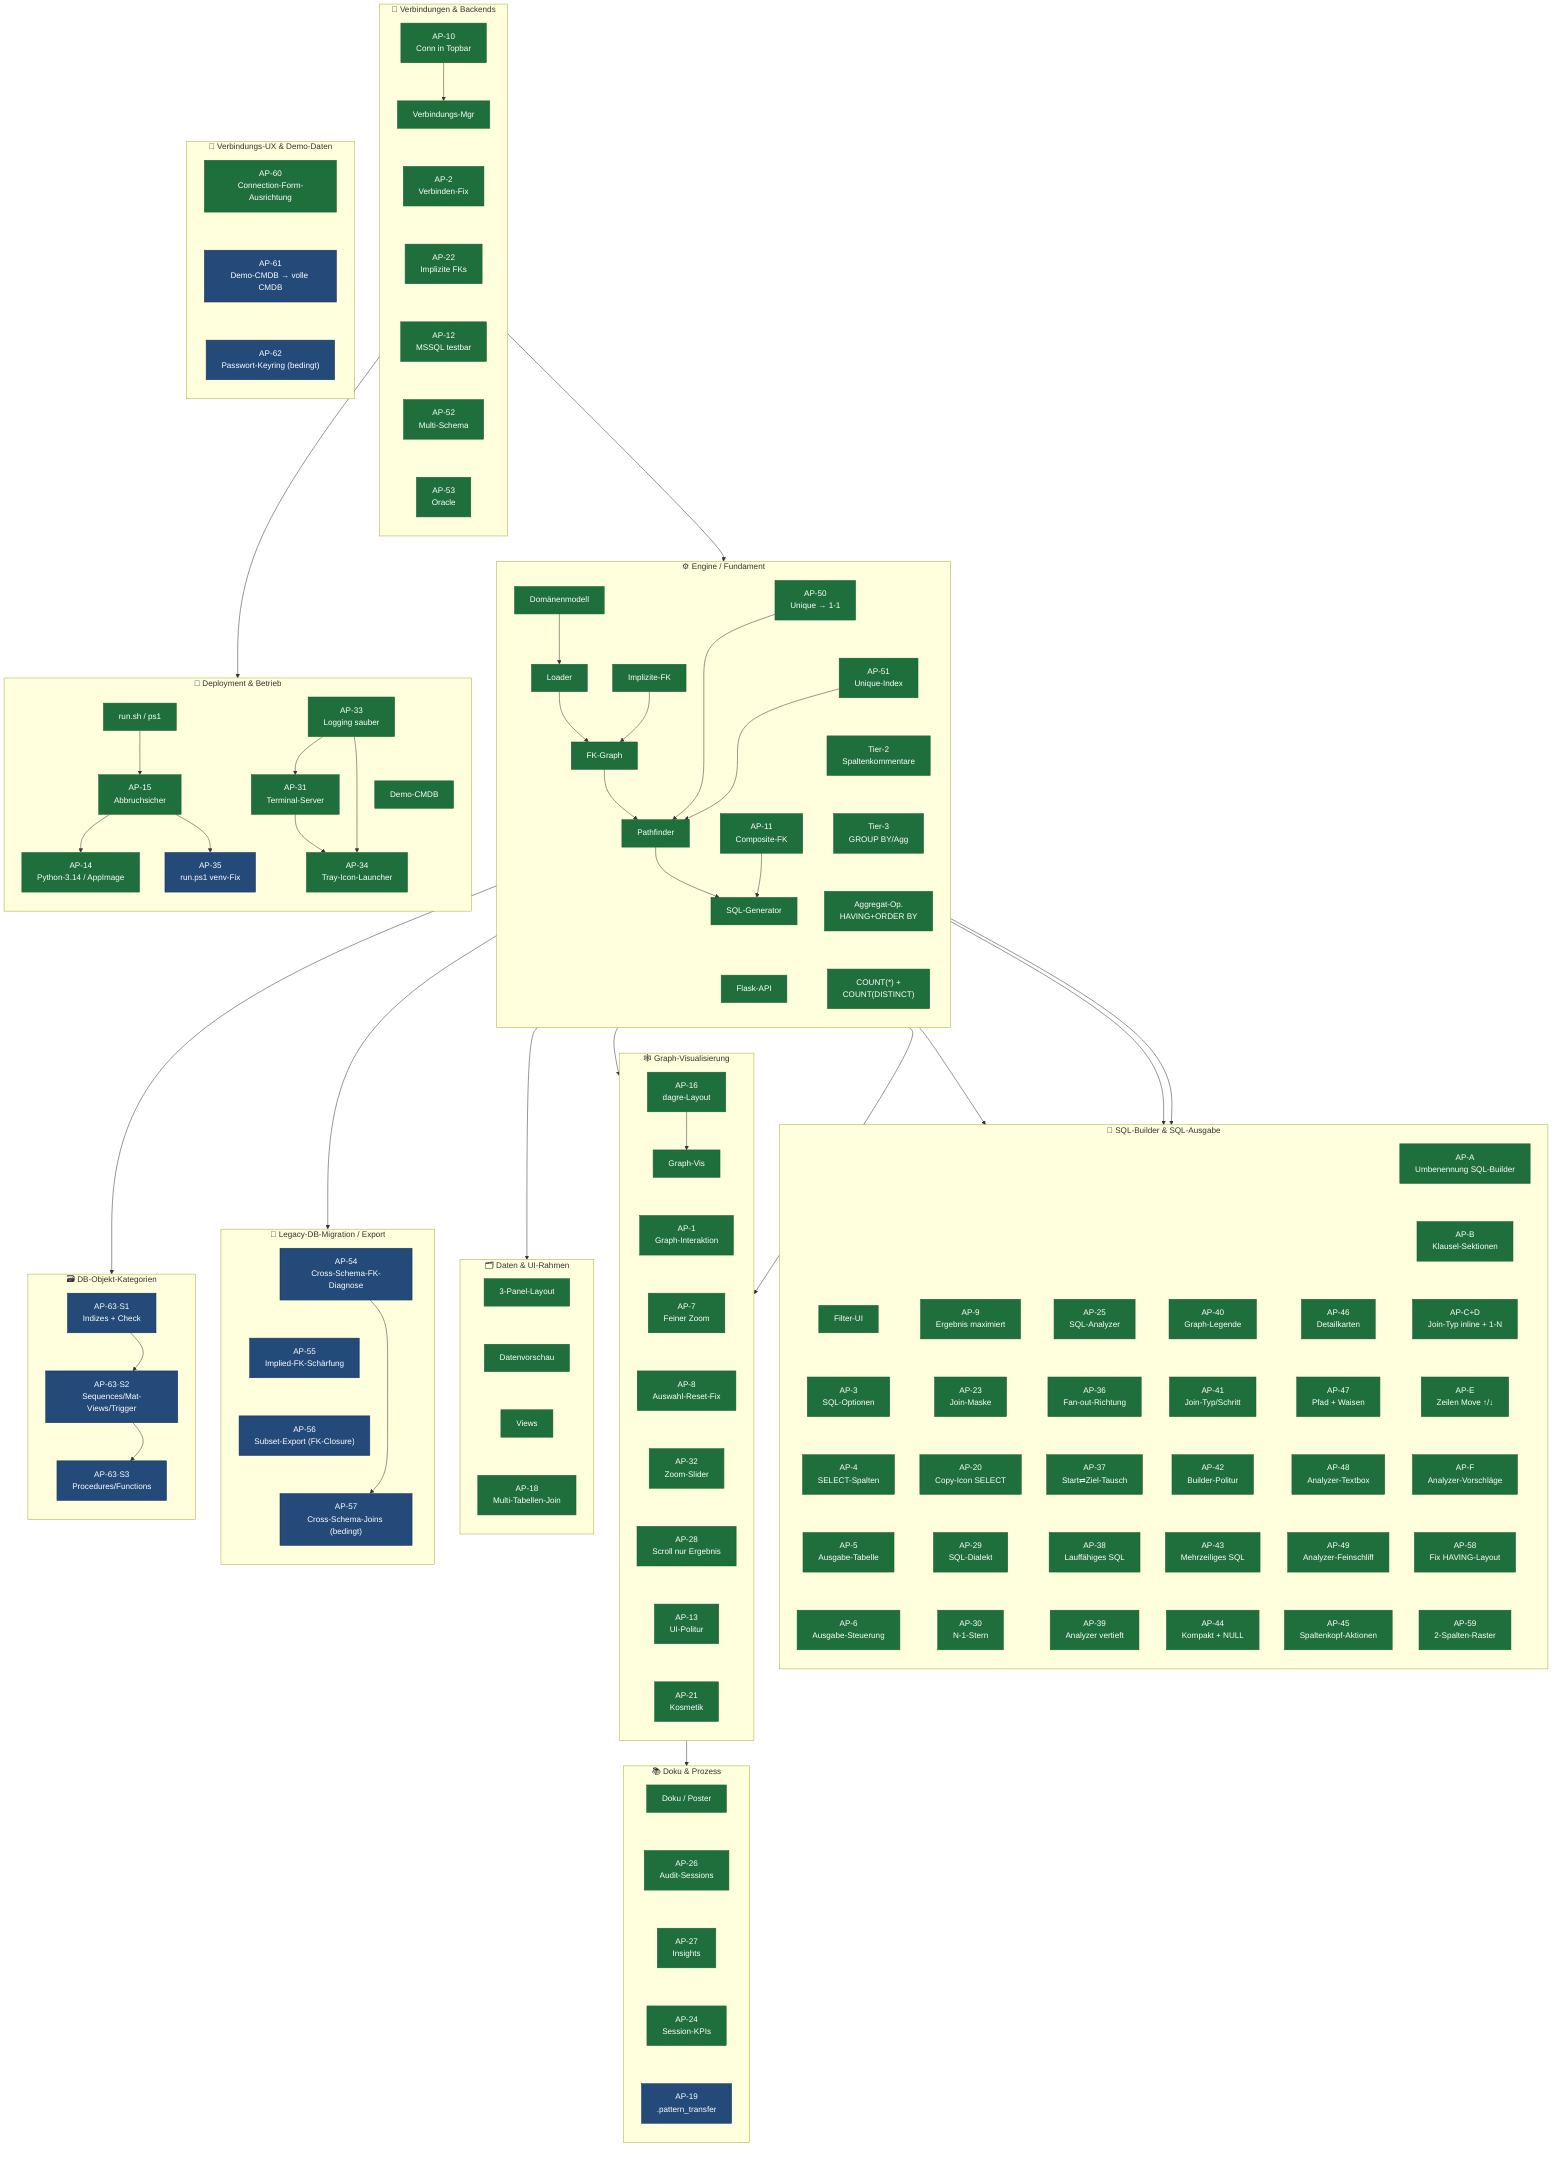
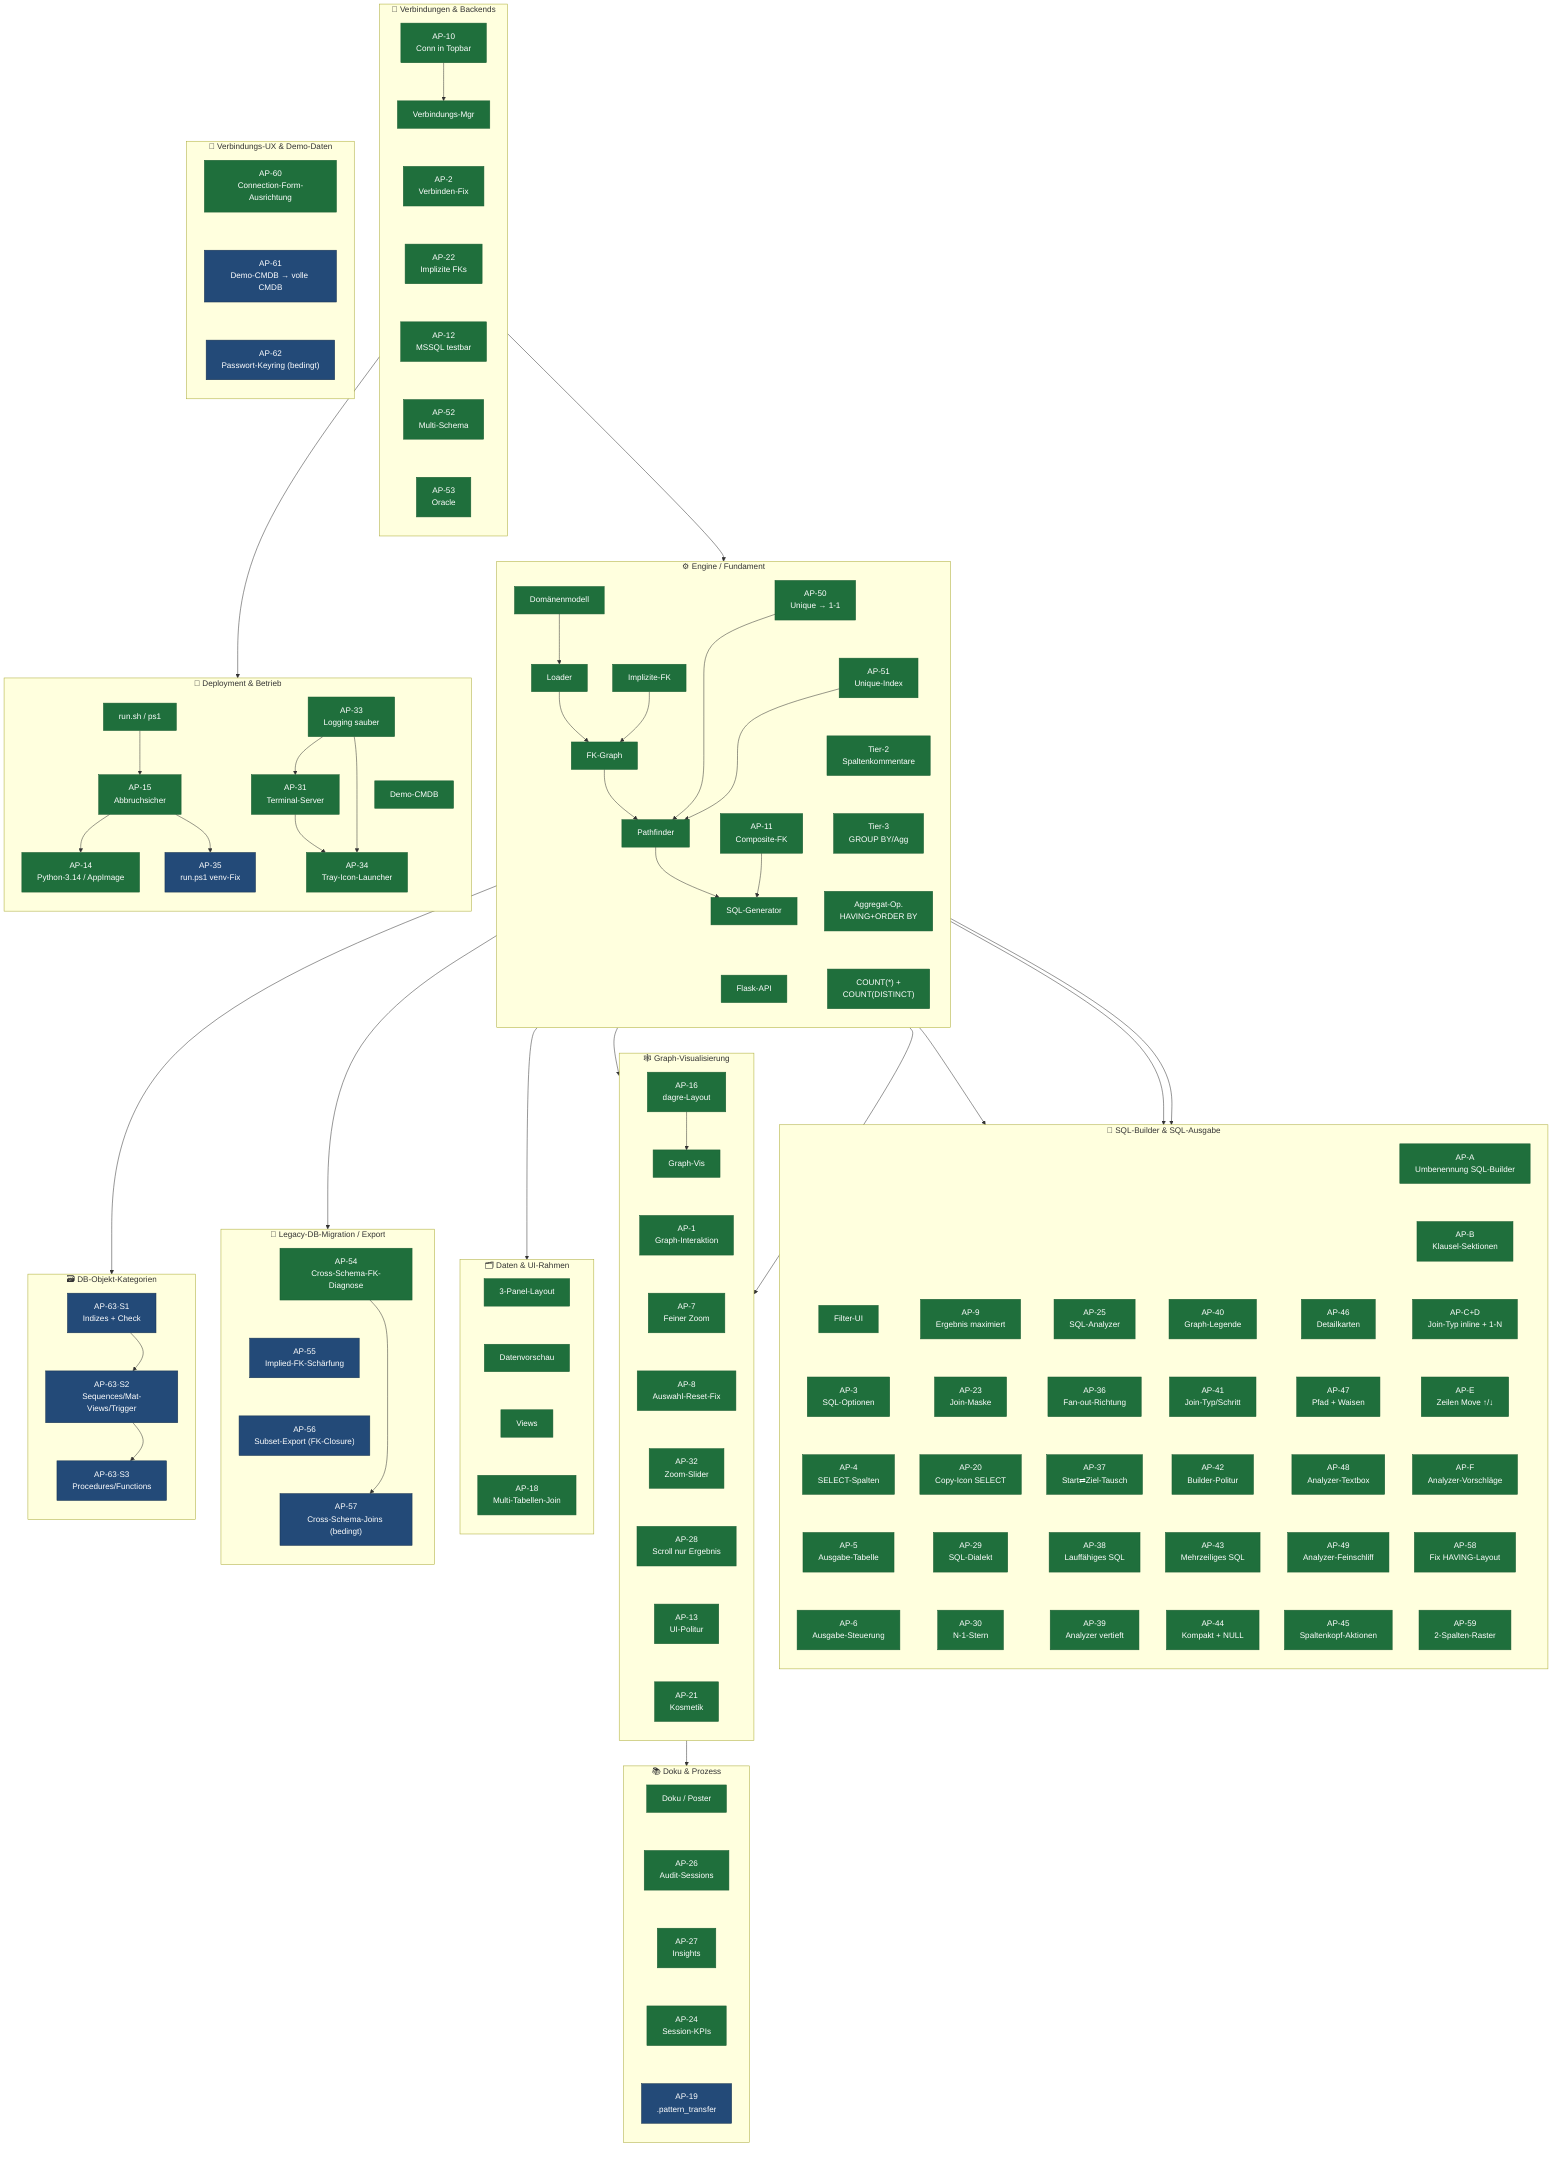
flowchart TB
    classDef done fill:#1f6f3c,color:#fff,stroke:#1a5c32,stroke-width:1px
    classDef plan fill:#234a78,color:#fff,stroke:#16314f,stroke-width:1px

    %% ── C1 · Engine / Fundament ──────────────────────────────────────────
    subgraph C1["⚙️  Engine / Fundament"]
        direction TB
        E1["Domänenmodell"]
        E2["Loader"]
        E3["FK-Graph"]
        E4["Pathfinder"]
        E5["SQL-Generator"]
        E6["Flask-API"]
        E7["AP-11\nComposite-FK"]
        E8["Implizite-FK"]
        E9["AP-50\nUnique → 1-1"]
        E10["AP-51\nUnique-Index"]
        E11["Tier-2\nSpaltenkommentare"]
        E12["Tier-3\nGROUP BY/Agg"]
        E13["Aggregat-Op.\nHAVING+ORDER BY"]
        E14["COUNT(*) +\nCOUNT(DISTINCT)"]
        E1 --> E2 --> E3 --> E4 --> E5
        E7 --> E5
        E8 --> E3
        E9 --> E4
        E10 --> E4
        E5 ~~~ E6
        E9 ~~~ E10
        E10 ~~~ E11
        E11 ~~~ E12
        E12 ~~~ E13
        E13 ~~~ E14
    end

    %% ── C2 · Verbindungen & Backends ─────────────────────────────────────
    subgraph C2["🔌  Verbindungen & Backends"]
        direction TB
        V1["Verbindungs-Mgr"]
        V2["AP-2\nVerbinden-Fix"]
        V3["AP-10\nConn in Topbar"]
        V4["AP-12\nMSSQL testbar"]
        V5["AP-22\nImplizite FKs"]
        V6["AP-52\nMulti-Schema"]
        V7["AP-53\nOracle"]
        V3 --> V1
        V1 ~~~ V2 ~~~ V5 ~~~ V4 ~~~ V6 ~~~ V7
    end

    %% ── C3 · SQL-Builder & SQL-Ausgabe ──────────────────────────────────
    subgraph C3["🧩  SQL-Builder & SQL-Ausgabe"]
        direction TB
        J1["Filter-UI"]
        J2["AP-3\nSQL-Optionen"]
        J3["AP-4\nSELECT-Spalten"]
        J4["AP-5\nAusgabe-Tabelle"]
        J5["AP-6\nAusgabe-Steuerung"]
        J6["AP-9\nErgebnis maximiert"]
        J7["AP-23\nJoin-Maske"]
        J8["AP-20\nCopy-Icon SELECT"]
        J9["AP-29\nSQL-Dialekt"]
        J10["AP-30\nN-1-Stern"]
        J11["AP-25\nSQL-Analyzer"]
        J12["AP-36\nFan-out-Richtung"]
        J13["AP-37\nStart⇄Ziel-Tausch"]
        J14["AP-38\nLauffähiges SQL"]
        J15["AP-39\nAnalyzer vertieft"]
        J16["AP-40\nGraph-Legende"]
        J17["AP-41\nJoin-Typ/Schritt"]
        J18["AP-42\nBuilder-Politur"]
        J19["AP-43\nMehrzeiliges SQL"]
        J20["AP-44\nKompakt + NULL"]
        J21["AP-46\nDetailkarten"]
        J22["AP-47\nPfad + Waisen"]
        J23["AP-48\nAnalyzer-Textbox"]
        J24["AP-49\nAnalyzer-Feinschliff"]
        J25["AP-45\nSpaltenkopf-Aktionen"]
        J26["AP-A\nUmbenennung SQL-Builder"]
        J27["AP-B\nKlausel-Sektionen"]
        J28["AP-C+D\nJoin-Typ inline + 1-N"]
        J29["AP-E\nZeilen Move ↑/↓"]
        J30["AP-F\nAnalyzer-Vorschläge"]
        J31["AP-58\nFix HAVING-Layout"]
        J32["AP-59\n2-Spalten-Raster"]
        %% In 5 parallele Spalten gepackt (statt einer 25-Boxen-Säule) → kompaktes Gitter
        J1 ~~~ J2 ~~~ J3 ~~~ J4 ~~~ J5
        J6 ~~~ J7 ~~~ J8 ~~~ J9 ~~~ J10
        J11 ~~~ J12 ~~~ J13 ~~~ J14 ~~~ J15
        J16 ~~~ J17 ~~~ J18 ~~~ J19 ~~~ J20
        J21 ~~~ J22 ~~~ J23 ~~~ J24 ~~~ J25
        J26 ~~~ J27 ~~~ J28 ~~~ J29 ~~~ J30 ~~~ J31 ~~~ J32
    end

    %% ── C4 · Graph-Visualisierung ────────────────────────────────────────
    subgraph C4["🕸️  Graph-Visualisierung"]
        direction TB
        G1["Graph-Vis"]
        G2["AP-1\nGraph-Interaktion"]
        G3["AP-7\nFeiner Zoom"]
        G4["AP-8\nAuswahl-Reset-Fix"]
        G5["AP-16\ndagre-Layout"]
        G6["AP-32\nZoom-Slider"]
        G7["AP-28\nScroll nur Ergebnis"]
        G8["AP-13\nUI-Politur"]
        G9["AP-21\nKosmetik"]
        G5 --> G1
        G1 ~~~ G2 ~~~ G3 ~~~ G4 ~~~ G6 ~~~ G7 ~~~ G8 ~~~ G9
    end

    %% ── C5 · Daten & UI-Rahmen ───────────────────────────────────────────
    subgraph C5["🗂️  Daten & UI-Rahmen"]
        direction TB
        D1["3-Panel-Layout"]
        D2["Datenvorschau"]
        D3["Views"]
        D4["AP-18\nMulti-Tabellen-Join"]
        D1 ~~~ D2 ~~~ D3 ~~~ D4
    end

    %% ── C6 · Deployment & Betrieb ────────────────────────────────────────
    subgraph C6["🚀  Deployment & Betrieb"]
        direction TB
        B1["Demo-CMDB"]
        B2["run.sh / ps1"]
        B3["AP-15\nAbbruchsicher"]
        B4["AP-14\nPython-3.14 / AppImage"]
        B5["AP-35\nrun.ps1 venv-Fix"]
        B7["AP-31\nTerminal-Server"]
        B8["AP-33\nLogging sauber"]
        B9["AP-34\nTray-Icon-Launcher"]
        B2 --> B3
        B3 --> B4
        B3 --> B5
        B8 --> B7
        B7 --> B9
        B8 --> B9
        B1 ~~~ B9
    end

    %% ── C7 · Doku & Prozess ──────────────────────────────────────────────
    subgraph C7["📚  Doku & Prozess"]
        direction TB
        K1["Doku / Poster"]
        K2["AP-26\nAudit-Sessions"]
        K3["AP-27\nInsights"]
        K5["AP-24\nSession-KPIs"]
        K4["AP-19\n.pattern_transfer"]
        K1 ~~~ K2 ~~~ K3 ~~~ K5 ~~~ K4
    end

    %% ── C8 · Legacy-DB-Migration / Export (geplant) ──────────────────────
    subgraph C8["🧬  Legacy-DB-Migration / Export"]
        direction TB
        M1["AP-54\nCross-Schema-FK-Diagnose"]
        M2["AP-55\nImplied-FK-Schärfung"]
        M3["AP-56\nSubset-Export (FK-Closure)"]
        M4["AP-57\nCross-Schema-Joins (bedingt)"]
        M1 ~~~ M2 ~~~ M3 ~~~ M4
    end

    %% ── C9 · DB-Objekt-Kategorien (geplant) ──────────────────────────────
    subgraph C9["🗃️  DB-Objekt-Kategorien"]
        direction TB
        O1["AP-63·S1\nIndizes + Check"]
        O2["AP-63·S2\nSequences/Mat-Views/Trigger"]
        O3["AP-63·S3\nProcedures/Functions"]
        O1 ~~~ O2 ~~~ O3
    end

    %% ── C10 · Verbindungs-UX & Demo-Daten (geplant) ──────────────────────
    subgraph C10["🔧  Verbindungs-UX & Demo-Daten"]
        direction TB
        P1["AP-60\nConnection-Form-Ausrichtung"]
        P2["AP-61\nDemo-CMDB → volle CMDB"]
        P3["AP-62\nPasswort-Keyring (bedingt)"]
        P1 ~~~ P2 ~~~ P3
    end

    %% ── Cluster-übergreifende Abhängigkeiten ─────────────────────────────
    V1 --> E2
    M1 --> M4
    E2 --> M1
    E2 --> O1
    O1 --> O2 --> O3
    E5 --> J1
    E5 --> J9
    E5 --> J11
    E4 --> G2
    E3 --> G1
    E6 --> D1
    V4 --> B7
    G5 --> K2

    class E1,E2,E3,E4,E5,E6,E7,E8,E9,E10,E11,E12,E13,E14 done
    class V1,V2,V3,V4,V5,V6,V7 done
    class J1,J2,J3,J4,J5,J6,J7,J8,J9,J10,J11,J12,J13,J14,J15,J16,J17,J18,J19,J20,J21,J22,J23,J24,J25,J26,J27,J28,J29,J30,J31,J32 done
    class G1,G2,G3,G4,G5,G6,G7,G8,G9 done
    class D1,D2,D3,D4 done
    class B1,B2,B3,B4,B7,B8,B9 done
    class B5 plan
    class K1,K2,K3,K5 done
    class K4 plan
-     class M1,M2,M3,M4 plan
+     class M2,M3,M4 plan
+     class M1 done
    class O1,O2,O3 plan
    class P2,P3 plan
    class P1 done
